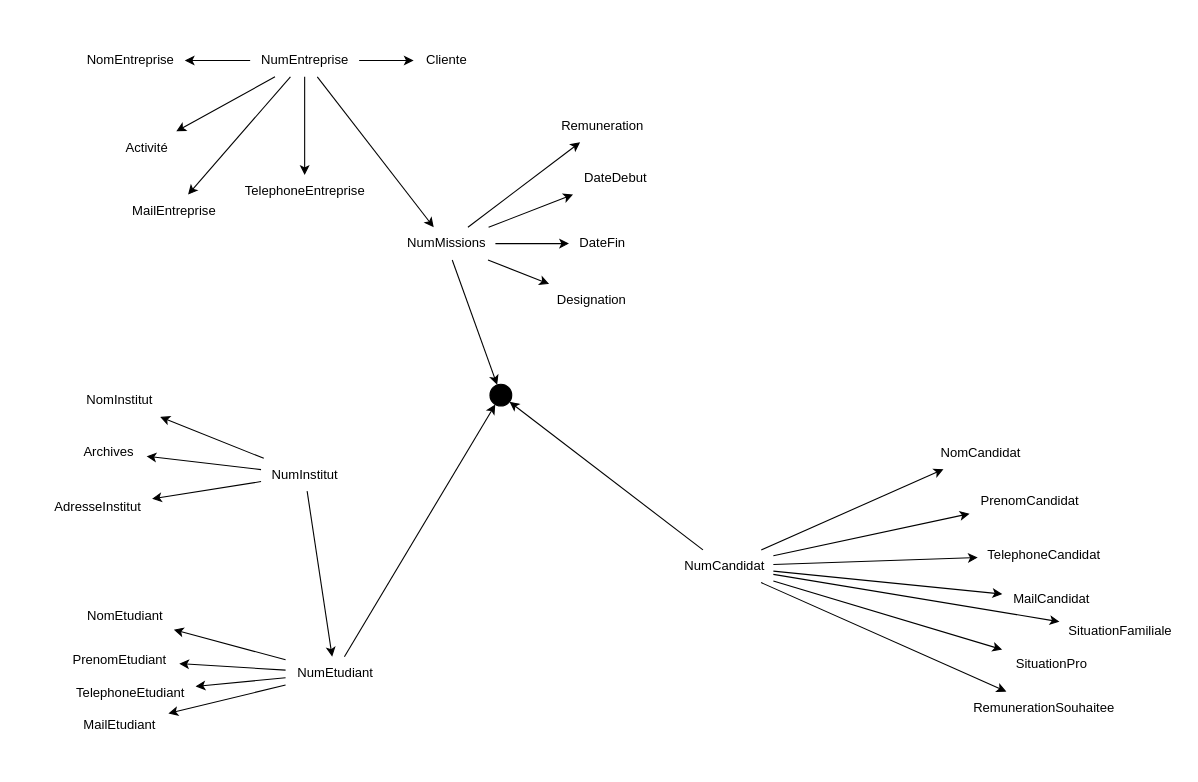
zlyyr/SAE-1.04 keeps this draw.io diagram as Dépendances fonctionnelles.drawio. Above is the earlier version. Source tidied: cells renumbered, new cells numbered last; positions are measured from the earlier drawing's top-left corner, leaving out a move shared by most shapes. Both pictures are drawn from the tidied source at 109%, with x=0, y=0 at pixel (43, 44).
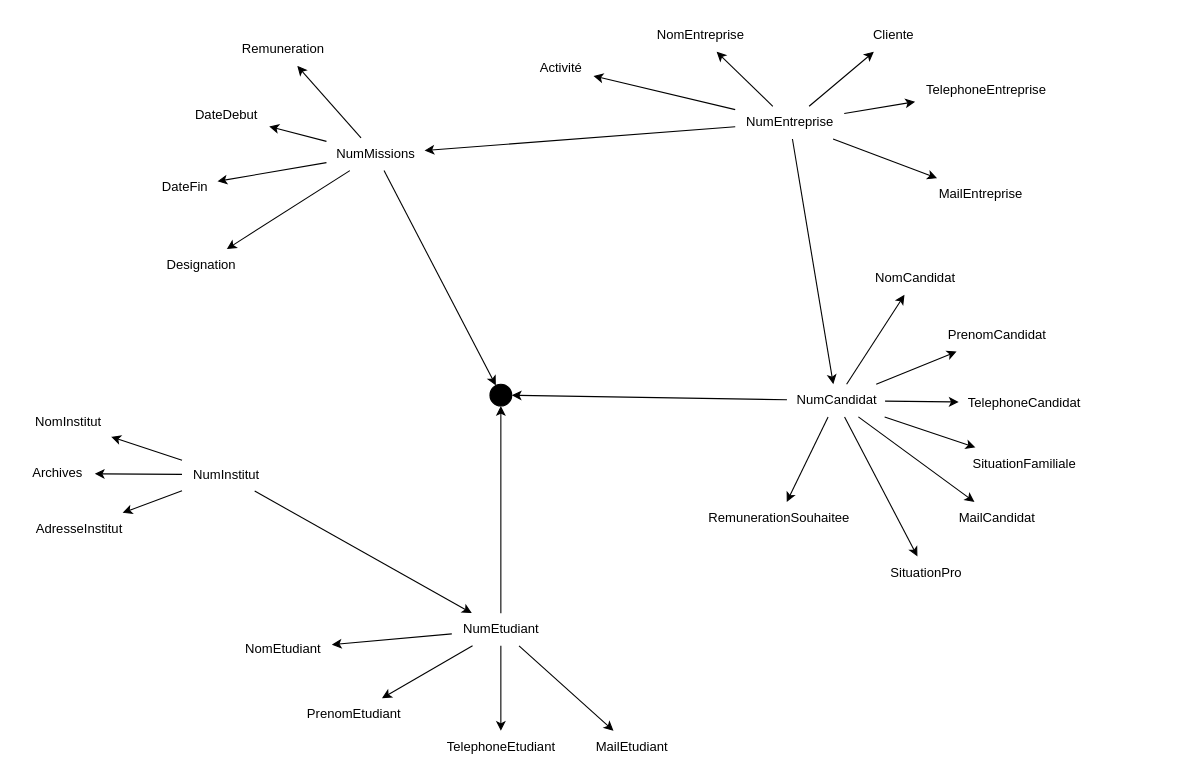
Above is the later version.

Commit message (it also covers changes not shown here):
Ajout du ficher .png du schéma et modification du .xml

The edit, as a diff of the source:
```diff
@@
     <mxCell id="2" value="NumEntreprise" style="text;html=1;align=center;verticalAlign=middle;points=[];strokeColor=none;fillColor=none;" parent="1" vertex="1">
-      <mxGeometry x="190" width="100" height="30" as="geometry" />
+      <mxGeometry x="635" y="57" width="100" height="30" as="geometry" />
     </mxCell>
     <mxCell id="3" value="NomEntreprise" style="text;html=1;align=center;verticalAlign=middle;points=[];strokeColor=none;fillColor=none;" parent="1" vertex="1">
-      <mxGeometry x="30" width="100" height="30" as="geometry" />
+      <mxGeometry x="552.5" y="-23" width="100" height="30" as="geometry" />
     </mxCell>
     <mxCell id="4" value="Activité" style="text;html=1;align=center;verticalAlign=middle;points=[];strokeColor=none;fillColor=none;" parent="1" vertex="1">
-      <mxGeometry x="65" y="80" width="60" height="30" as="geometry" />
+      <mxGeometry x="445" y="7" width="60" height="30" as="geometry" />
     </mxCell>
     <mxCell id="5" value="TelephoneEntreprise" style="text;html=1;align=center;verticalAlign=middle;points=[];strokeColor=none;fillColor=none;" parent="1" vertex="1">
-      <mxGeometry x="175" y="120" width="130" height="30" as="geometry" />
+      <mxGeometry x="800" y="27" width="130" height="30" as="geometry" />
     </mxCell>
     <mxCell id="6" value="Cliente" style="text;html=1;align=center;verticalAlign=middle;points=[];strokeColor=none;fillColor=none;" parent="1" vertex="1">
-      <mxGeometry x="340" width="60" height="30" as="geometry" />
+      <mxGeometry x="750" y="-23" width="60" height="30" as="geometry" />
     </mxCell>
@@
     <mxCell id="11" value="&lt;div&gt;NumCandidat&lt;/div&gt;" style="text;html=1;align=center;verticalAlign=middle;points=[];strokeColor=none;fillColor=none;" parent="1" vertex="1">
-      <mxGeometry x="580" y="464" width="90" height="30" as="geometry" />
+      <mxGeometry x="682.5" y="312" width="90" height="30" as="geometry" />
     </mxCell>
     <mxCell id="12" value="&lt;div&gt;NomCandidat&lt;/div&gt;" style="text;html=1;align=center;verticalAlign=middle;points=[];strokeColor=none;fillColor=none;" parent="1" vertex="1">
-      <mxGeometry x="815" y="360" width="90" height="30" as="geometry" />
+      <mxGeometry x="755" y="200" width="90" height="30" as="geometry" />
     </mxCell>
     <mxCell id="13" value="PrenomCandidat" style="text;html=1;align=center;verticalAlign=middle;points=[];strokeColor=none;fillColor=none;" parent="1" vertex="1">
-      <mxGeometry x="850" y="404" width="110" height="30" as="geometry" />
+      <mxGeometry x="820" y="252" width="110" height="30" as="geometry" />
     </mxCell>
     <mxCell id="14" value="TelephoneCandidat" style="text;html=1;align=center;verticalAlign=middle;points=[];strokeColor=none;fillColor=none;" parent="1" vertex="1">
-      <mxGeometry x="857.5" y="454" width="120" height="30" as="geometry" />
+      <mxGeometry x="840" y="314" width="120" height="30" as="geometry" />
     </mxCell>
     <mxCell id="15" value="MailCandidat" style="text;html=1;align=center;verticalAlign=middle;points=[];strokeColor=none;fillColor=none;" parent="1" vertex="1">
-      <mxGeometry x="880" y="494" width="90" height="30" as="geometry" />
+      <mxGeometry x="830" y="420" width="90" height="30" as="geometry" />
     </mxCell>
     <mxCell id="16" value="SituationFamiliale" style="text;html=1;align=center;verticalAlign=middle;points=[];strokeColor=none;fillColor=none;" parent="1" vertex="1">
-      <mxGeometry x="932.5" y="524" width="110" height="30" as="geometry" />
+      <mxGeometry x="845" y="370" width="110" height="30" as="geometry" />
     </mxCell>
     <mxCell id="17" value="SituationPro" style="text;html=1;align=center;verticalAlign=middle;points=[];strokeColor=none;fillColor=none;" parent="1" vertex="1">
-      <mxGeometry x="880" y="554" width="90" height="30" as="geometry" />
+      <mxGeometry x="765" y="470" width="90" height="30" as="geometry" />
     </mxCell>
     <mxCell id="18" value="RemunerationSouhaitee" style="text;html=1;align=center;verticalAlign=middle;points=[];strokeColor=none;fillColor=none;" parent="1" vertex="1">
-      <mxGeometry x="842.5" y="594" width="150" height="30" as="geometry" />
+      <mxGeometry x="600" y="420" width="150" height="30" as="geometry" />
     </mxCell>
@@
     <mxCell id="26" value="MailEntreprise" style="text;html=1;align=center;verticalAlign=middle;points=[];strokeColor=none;fillColor=none;" parent="1" vertex="1">
-      <mxGeometry x="70" y="138" width="100" height="30" as="geometry" />
+      <mxGeometry x="810" y="123" width="100" height="30" as="geometry" />
     </mxCell>
@@
     <mxCell id="28" value="&lt;div&gt;NumEtudiant&lt;/div&gt;" style="text;html=1;align=center;verticalAlign=middle;points=[];strokeColor=none;fillColor=none;" parent="1" vertex="1">
-      <mxGeometry x="222.5" y="562" width="90" height="30" as="geometry" />
+      <mxGeometry x="375" y="522" width="90" height="30" as="geometry" />
     </mxCell>
     <mxCell id="29" value="NomEtudiant" style="text;html=1;align=center;verticalAlign=middle;points=[];strokeColor=none;fillColor=none;" parent="1" vertex="1">
-      <mxGeometry x="30" y="510" width="90" height="30" as="geometry" />
+      <mxGeometry x="175" y="540" width="90" height="30" as="geometry" />
     </mxCell>
     <mxCell id="30" value="PrenomEtudiant" style="text;html=1;align=center;verticalAlign=middle;points=[];strokeColor=none;fillColor=none;" parent="1" vertex="1">
-      <mxGeometry x="15" y="550" width="110" height="30" as="geometry" />
+      <mxGeometry x="230" y="600" width="110" height="30" as="geometry" />
     </mxCell>
     <mxCell id="31" value="TelephoneEtudiant" style="text;html=1;align=center;verticalAlign=middle;points=[];strokeColor=none;fillColor=none;" parent="1" vertex="1">
-      <mxGeometry x="20" y="580" width="120" height="30" as="geometry" />
+      <mxGeometry x="360" y="630" width="120" height="30" as="geometry" />
     </mxCell>
     <mxCell id="32" value="MailEtudiant" style="text;html=1;align=center;verticalAlign=middle;points=[];strokeColor=none;fillColor=none;" parent="1" vertex="1">
-      <mxGeometry x="25" y="610" width="90" height="30" as="geometry" />
+      <mxGeometry x="495" y="630" width="90" height="30" as="geometry" />
     </mxCell>
@@
     <mxCell id="37" value="NumInstitut" style="text;html=1;align=center;verticalAlign=middle;points=[];strokeColor=none;fillColor=none;" parent="1" vertex="1">
-      <mxGeometry x="200" y="380" width="80" height="30" as="geometry" />
+      <mxGeometry x="127.5" y="380" width="80" height="30" as="geometry" />
     </mxCell>
     <mxCell id="38" value="NomInstitut" style="text;html=1;align=center;verticalAlign=middle;points=[];strokeColor=none;fillColor=none;" parent="1" vertex="1">
-      <mxGeometry x="30" y="312" width="80" height="30" as="geometry" />
+      <mxGeometry x="-17.5" y="332" width="80" height="30" as="geometry" />
     </mxCell>
     <mxCell id="39" value="&lt;div&gt;AdresseInstitut&lt;/div&gt;" style="text;html=1;align=center;verticalAlign=middle;points=[];strokeColor=none;fillColor=none;" parent="1" vertex="1">
-      <mxGeometry y="410" width="100" height="30" as="geometry" />
+      <mxGeometry x="-17.5" y="430" width="100" height="30" as="geometry" />
     </mxCell>
     <mxCell id="40" value="&lt;div&gt;Archives&lt;/div&gt;" style="text;html=1;align=center;verticalAlign=middle;points=[];strokeColor=none;fillColor=none;" parent="1" vertex="1">
-      <mxGeometry x="25" y="359" width="70" height="30" as="geometry" />
+      <mxGeometry x="-22.5" y="379" width="70" height="30" as="geometry" />
     </mxCell>
     <mxCell id="41" value="NumMissions" style="text;html=1;align=center;verticalAlign=middle;points=[];strokeColor=none;fillColor=none;" parent="1" vertex="1">
-      <mxGeometry x="325" y="168" width="90" height="30" as="geometry" />
+      <mxGeometry x="260" y="86" width="90" height="30" as="geometry" />
     </mxCell>
     <mxCell id="42" value="&lt;div&gt;DateDebut&lt;/div&gt;" style="text;html=1;align=center;verticalAlign=middle;points=[];strokeColor=none;fillColor=none;" parent="1" vertex="1">
-      <mxGeometry x="485" y="108" width="80" height="30" as="geometry" />
+      <mxGeometry x="127.5" y="50" width="80" height="30" as="geometry" />
     </mxCell>
     <mxCell id="43" value="DateFin" style="text;html=1;align=center;verticalAlign=middle;points=[];strokeColor=none;fillColor=none;" parent="1" vertex="1">
-      <mxGeometry x="482.5" y="168" width="60" height="30" as="geometry" />
+      <mxGeometry x="100" y="116" width="60" height="30" as="geometry" />
     </mxCell>
@@
     <mxCell id="50" value="Remuneration" style="text;html=1;align=center;verticalAlign=middle;points=[];strokeColor=none;fillColor=none;" parent="1" vertex="1">
-      <mxGeometry x="462.5" y="60" width="100" height="30" as="geometry" />
+      <mxGeometry x="170" y="-10" width="100" height="30" as="geometry" />
     </mxCell>
@@
     <mxCell id="53" value="Designation" style="text;html=1;align=center;verticalAlign=middle;points=[];strokeColor=none;fillColor=none;" parent="1" vertex="1">
-      <mxGeometry x="457.5" y="220" width="90" height="30" as="geometry" />
+      <mxGeometry x="100" y="188" width="90" height="30" as="geometry" />
     </mxCell>
@@
+    <mxCell id="59" style="endArrow=classic;html=1;rounded=0;" parent="1" edge="1" source="2" target="11">
+      <mxGeometry relative="1" as="geometry" />
+    </mxCell>
```
